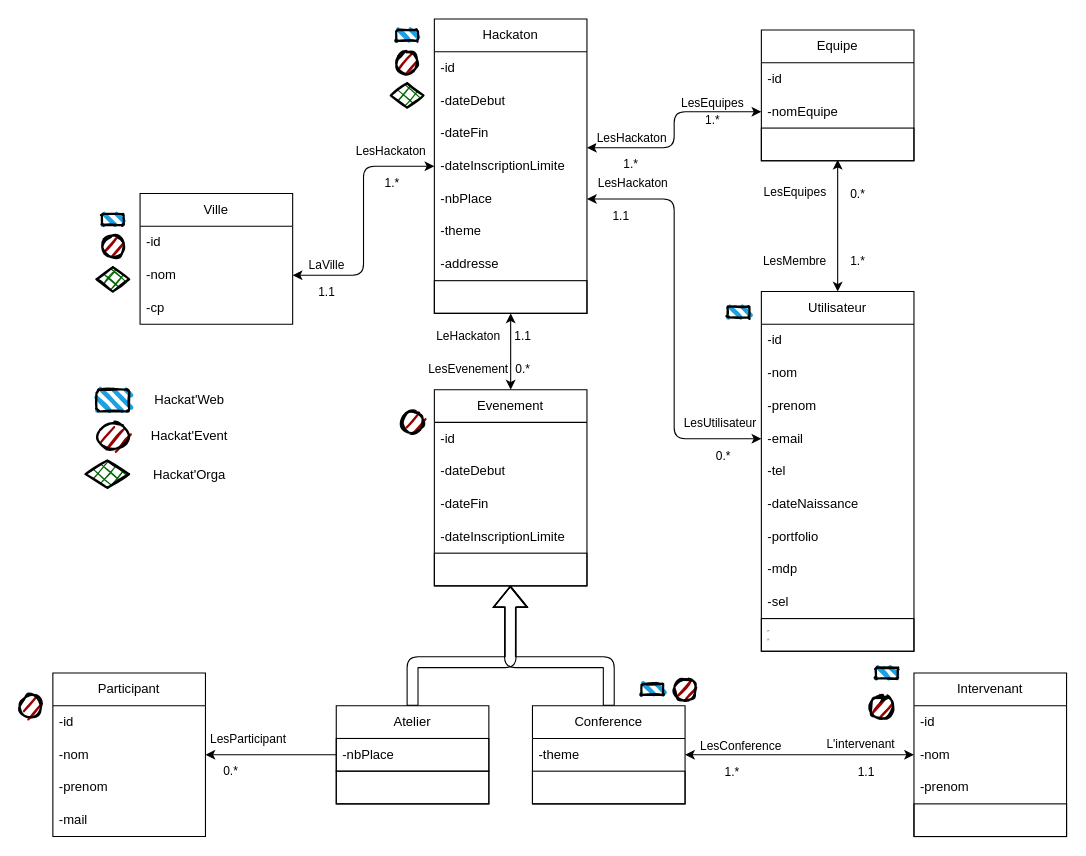
Earlier version of the draw.io diagram HackaWeb/diagrameClasse.drawio (AnArcticPigeon/HackaWeb-SIO2). Source tidied: cells renumbered, new cells numbered last; positions are measured from the earlier drawing's top-left corner, leaving out a move shared by most shapes. Both pictures are drawn from the tidied source at 109%, with x=0, y=0 at pixel (20, 19).
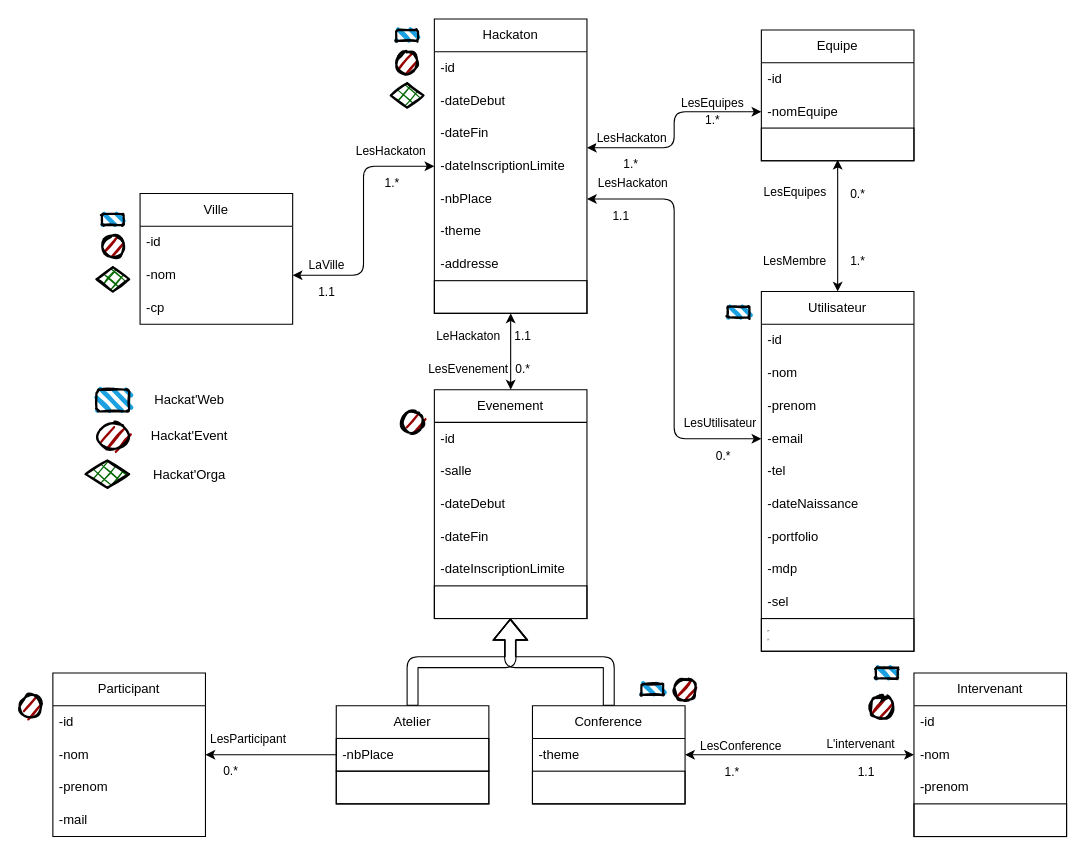
After the change.

Change to the diagram source:
```diff
@@
     <mxCell id="26" value="Evenement" style="swimlane;fontStyle=0;horizontal=1;startSize=30;whiteSpace=wrap;html=1;" parent="1" vertex="1">
-      <mxGeometry x="380" y="340" width="140" height="180" as="geometry" />
+      <mxGeometry x="380" y="340" width="140" height="210" as="geometry" />
     </mxCell>
@@
+    <mxCell id="107" value="-salle" style="text;strokeColor=none;fillColor=none;align=left;verticalAlign=middle;spacingLeft=4;spacingRight=4;overflow=hidden;whiteSpace=wrap;html=1;" parent="26" vertex="1">
+      <mxGeometry y="60" width="140" height="30" as="geometry" />
+    </mxCell>
     <mxCell id="28" value="-dateDebut" style="text;strokeColor=none;fillColor=none;align=left;verticalAlign=middle;spacingLeft=4;spacingRight=4;overflow=hidden;whiteSpace=wrap;html=1;" parent="26" vertex="1">
-      <mxGeometry y="60" width="140" height="30" as="geometry" />
+      <mxGeometry y="90" width="140" height="30" as="geometry" />
     </mxCell>
     <mxCell id="29" value="-dateFin" style="text;strokeColor=none;fillColor=none;align=left;verticalAlign=middle;spacingLeft=4;spacingRight=4;overflow=hidden;whiteSpace=wrap;html=1;" parent="26" vertex="1">
-      <mxGeometry y="90" width="140" height="30" as="geometry" />
+      <mxGeometry y="120" width="140" height="30" as="geometry" />
     </mxCell>
     <mxCell id="30" value="-dateInscriptionLimite" style="text;strokeColor=none;fillColor=none;align=left;verticalAlign=middle;spacingLeft=4;spacingRight=4;overflow=hidden;whiteSpace=wrap;html=1;" parent="26" vertex="1">
-      <mxGeometry y="120" width="140" height="30" as="geometry" />
+      <mxGeometry y="150" width="140" height="30" as="geometry" />
     </mxCell>
     <mxCell id="31" style="text;strokeColor=default;fillColor=none;align=left;verticalAlign=middle;spacingLeft=4;spacingRight=4;overflow=hidden;points=[[0,0.5],[1,0.5]];portConstraint=eastwest;whiteSpace=wrap;html=1;" parent="26" vertex="1">
-      <mxGeometry y="150" width="140" height="30" as="geometry" />
+      <mxGeometry y="180" width="140" height="30" as="geometry" />
     </mxCell>
```
